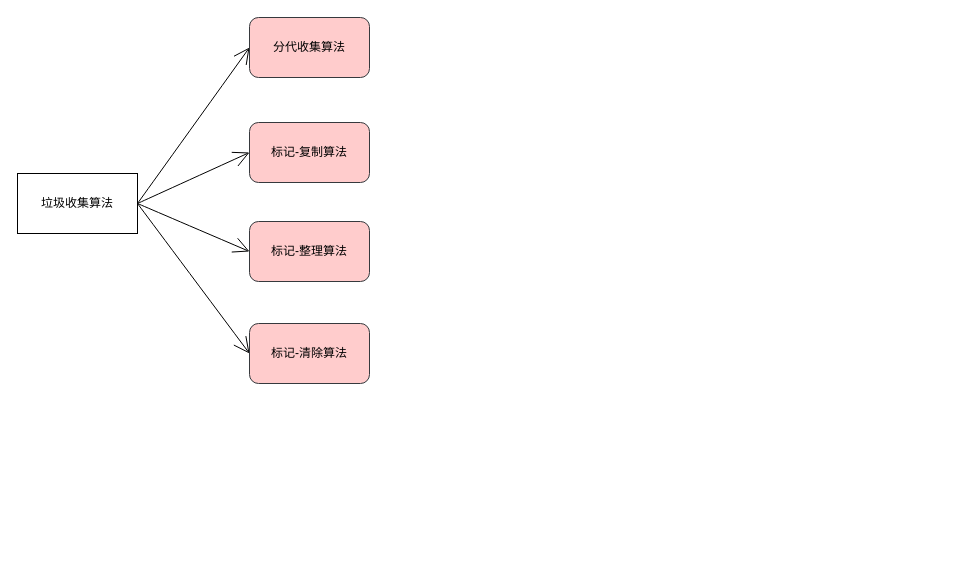
Above: learn/JVM垃圾收集算法.drawio in Leo-Lee-j/sketch (draw.io), before the change. Source tidied: cells renumbered, new cells numbered last; positions are measured from the earlier drawing's top-left corner, leaving out a move shared by most shapes. Both pictures are drawn from the tidied source at 100%, with x=0, y=0 at pixel (17, 17).
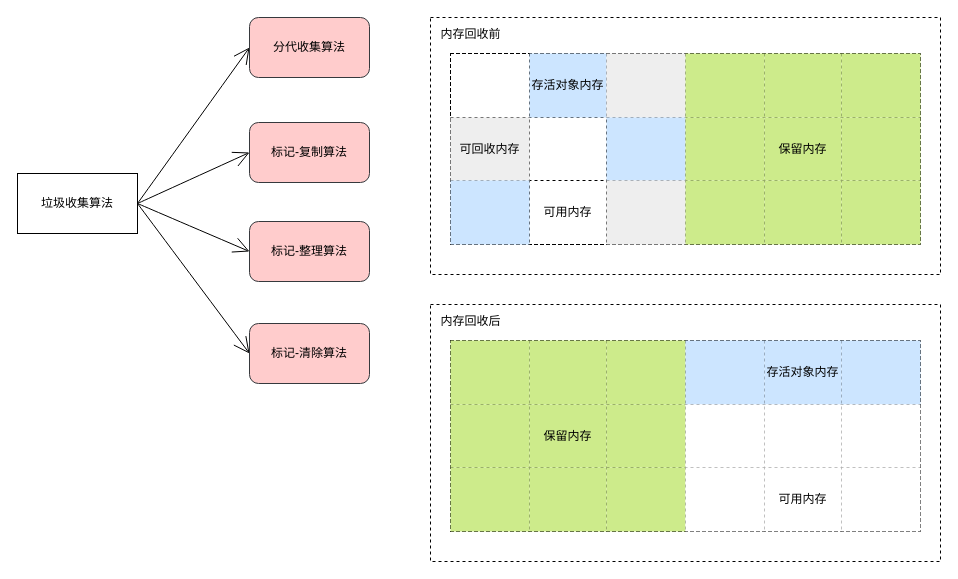
The same page after the edit.

Commit message (it also covers changes not shown here):
更新JVM垃圾收集算法.drawio

Change to the diagram source:
```diff
@@
+    <mxCell id="11" style="rounded=0;whiteSpace=wrap;html=1;hachureGap=4;dashed=1;" parent="1" vertex="1">
+      <mxGeometry x="413" width="510" height="257" as="geometry" />
+    </mxCell>
@@
+    <mxCell id="12" value="内存回收前" style="text;html=1;align=center;verticalAlign=middle;strokeColor=none;fillColor=none;dashed=1;hachureGap=4;" parent="1" vertex="1">
+      <mxGeometry x="413" y="7" width="80" height="20" as="geometry" />
+    </mxCell>
+    <mxCell id="13" style="shape=table;startSize=0;childLayout=tableLayout;dashed=1;hachureGap=4;" parent="1" vertex="1">
+      <mxGeometry x="433" y="36" width="470" height="191" as="geometry" />
+    </mxCell>
+    <mxCell id="14" style="shape=tableRow;horizontal=0;startSize=0;swimlaneHead=0;swimlaneBody=0;top=0;left=0;bottom=0;right=0;fillColor=none;dashed=1;hachureGap=4;" parent="13" vertex="1">
+      <mxGeometry width="470" height="64" as="geometry" />
+    </mxCell>
+    <mxCell id="15" style="shape=partialRectangle;html=1;whiteSpace=wrap;overflow=hidden;fillColor=none;top=0;left=0;bottom=0;right=0;dashed=1;hachureGap=4;" parent="14" vertex="1">
+      <mxGeometry width="79" height="64" as="geometry" />
+    </mxCell>
+    <mxCell id="16" value="存活对象内存" style="shape=partialRectangle;html=1;whiteSpace=wrap;overflow=hidden;fillColor=#cce5ff;top=0;left=0;bottom=0;right=0;dashed=1;hachureGap=4;strokeColor=#36393d;" parent="14" vertex="1">
+      <mxGeometry x="79" width="77" height="64" as="geometry" />
+    </mxCell>
+    <mxCell id="17" style="shape=partialRectangle;html=1;whiteSpace=wrap;overflow=hidden;fillColor=#eeeeee;top=0;left=0;bottom=0;right=0;dashed=1;hachureGap=4;strokeColor=#36393d;" parent="14" vertex="1">
+      <mxGeometry x="156" width="79" height="64" as="geometry" />
+    </mxCell>
+    <mxCell id="18" style="shape=partialRectangle;html=1;whiteSpace=wrap;overflow=hidden;fillColor=#cdeb8b;top=0;left=0;bottom=0;right=0;dashed=1;hachureGap=4;strokeColor=#36393d;" parent="14" vertex="1">
+      <mxGeometry x="235" width="79" height="64" as="geometry" />
+    </mxCell>
+    <mxCell id="19" style="shape=partialRectangle;html=1;whiteSpace=wrap;overflow=hidden;fillColor=#cdeb8b;top=0;left=0;bottom=0;right=0;dashed=1;hachureGap=4;strokeColor=#36393d;" parent="14" vertex="1">
+      <mxGeometry x="314" width="77" height="64" as="geometry" />
+    </mxCell>
+    <mxCell id="20" style="shape=partialRectangle;html=1;whiteSpace=wrap;overflow=hidden;fillColor=#cdeb8b;top=0;left=0;bottom=0;right=0;dashed=1;hachureGap=4;strokeColor=#36393d;" parent="14" vertex="1">
+      <mxGeometry x="391" width="79" height="64" as="geometry" />
+    </mxCell>
+    <mxCell id="21" style="shape=tableRow;horizontal=0;startSize=0;swimlaneHead=0;swimlaneBody=0;top=0;left=0;bottom=0;right=0;fillColor=none;dashed=1;hachureGap=4;" parent="13" vertex="1">
+      <mxGeometry y="64" width="470" height="63" as="geometry" />
+    </mxCell>
+    <mxCell id="22" value="可回收内存" style="shape=partialRectangle;html=1;whiteSpace=wrap;overflow=hidden;fillColor=#eeeeee;top=0;left=0;bottom=0;right=0;dashed=1;hachureGap=4;strokeColor=#36393d;" parent="21" vertex="1">
+      <mxGeometry width="79" height="63" as="geometry" />
+    </mxCell>
+    <mxCell id="23" style="shape=partialRectangle;html=1;whiteSpace=wrap;overflow=hidden;fillColor=none;top=0;left=0;bottom=0;right=0;dashed=1;hachureGap=4;" parent="21" vertex="1">
+      <mxGeometry x="79" width="77" height="63" as="geometry" />
+    </mxCell>
+    <mxCell id="24" style="shape=partialRectangle;html=1;whiteSpace=wrap;overflow=hidden;fillColor=#cce5ff;top=0;left=0;bottom=0;right=0;dashed=1;hachureGap=4;strokeColor=#36393d;" parent="21" vertex="1">
+      <mxGeometry x="156" width="79" height="63" as="geometry" />
+    </mxCell>
+    <mxCell id="25" style="shape=partialRectangle;html=1;whiteSpace=wrap;overflow=hidden;fillColor=#cdeb8b;top=0;left=0;bottom=0;right=0;dashed=1;hachureGap=4;strokeColor=#36393d;" parent="21" vertex="1">
+      <mxGeometry x="235" width="79" height="63" as="geometry" />
+    </mxCell>
+    <mxCell id="26" value="保留内存" style="shape=partialRectangle;html=1;whiteSpace=wrap;overflow=hidden;fillColor=#cdeb8b;top=0;left=0;bottom=0;right=0;dashed=1;hachureGap=4;strokeColor=#36393d;" parent="21" vertex="1">
+      <mxGeometry x="314" width="77" height="63" as="geometry" />
+    </mxCell>
+    <mxCell id="27" style="shape=partialRectangle;html=1;whiteSpace=wrap;overflow=hidden;fillColor=#cdeb8b;top=0;left=0;bottom=0;right=0;dashed=1;hachureGap=4;strokeColor=#36393d;" parent="21" vertex="1">
+      <mxGeometry x="391" width="79" height="63" as="geometry" />
+    </mxCell>
+    <mxCell id="28" style="shape=tableRow;horizontal=0;startSize=0;swimlaneHead=0;swimlaneBody=0;top=0;left=0;bottom=0;right=0;fillColor=none;dashed=1;hachureGap=4;" parent="13" vertex="1">
+      <mxGeometry y="127" width="470" height="64" as="geometry" />
+    </mxCell>
+    <mxCell id="29" style="shape=partialRectangle;html=1;whiteSpace=wrap;overflow=hidden;fillColor=#cce5ff;top=0;left=0;bottom=0;right=0;dashed=1;hachureGap=4;strokeColor=#36393d;" parent="28" vertex="1">
+      <mxGeometry width="79" height="64" as="geometry" />
+    </mxCell>
+    <mxCell id="30" value="可用内存" style="shape=partialRectangle;html=1;whiteSpace=wrap;overflow=hidden;fillColor=none;top=0;left=0;bottom=0;right=0;dashed=1;hachureGap=4;" parent="28" vertex="1">
+      <mxGeometry x="79" width="77" height="64" as="geometry" />
+    </mxCell>
+    <mxCell id="31" style="shape=partialRectangle;html=1;whiteSpace=wrap;overflow=hidden;fillColor=#eeeeee;top=0;left=0;bottom=0;right=0;dashed=1;hachureGap=4;strokeColor=#36393d;" parent="28" vertex="1">
+      <mxGeometry x="156" width="79" height="64" as="geometry" />
+    </mxCell>
+    <mxCell id="32" style="shape=partialRectangle;html=1;whiteSpace=wrap;overflow=hidden;fillColor=#cdeb8b;top=0;left=0;bottom=0;right=0;dashed=1;hachureGap=4;strokeColor=#36393d;" parent="28" vertex="1">
+      <mxGeometry x="235" width="79" height="64" as="geometry" />
+    </mxCell>
+    <mxCell id="33" style="shape=partialRectangle;html=1;whiteSpace=wrap;overflow=hidden;fillColor=#cdeb8b;top=0;left=0;bottom=0;right=0;dashed=1;hachureGap=4;strokeColor=#36393d;" parent="28" vertex="1">
+      <mxGeometry x="314" width="77" height="64" as="geometry" />
+    </mxCell>
+    <mxCell id="34" style="shape=partialRectangle;html=1;whiteSpace=wrap;overflow=hidden;fillColor=#cdeb8b;top=0;left=0;bottom=0;right=0;dashed=1;hachureGap=4;strokeColor=#36393d;" parent="28" vertex="1">
+      <mxGeometry x="391" width="79" height="64" as="geometry" />
+    </mxCell>
+    <mxCell id="35" style="rounded=0;whiteSpace=wrap;html=1;hachureGap=4;dashed=1;" parent="1" vertex="1">
+      <mxGeometry x="413" y="287" width="510" height="257" as="geometry" />
+    </mxCell>
+    <mxCell id="36" value="内存回收后" style="text;html=1;align=center;verticalAlign=middle;strokeColor=none;fillColor=none;dashed=1;hachureGap=4;" parent="1" vertex="1">
+      <mxGeometry x="413" y="294" width="80" height="20" as="geometry" />
+    </mxCell>
+    <mxCell id="37" style="shape=table;startSize=0;childLayout=tableLayout;dashed=1;hachureGap=4;" parent="1" vertex="1">
+      <mxGeometry x="433" y="323" width="470" height="191" as="geometry" />
+    </mxCell>
+    <mxCell id="38" style="shape=tableRow;horizontal=0;startSize=0;swimlaneHead=0;swimlaneBody=0;top=0;left=0;bottom=0;right=0;fillColor=none;dashed=1;hachureGap=4;" parent="37" vertex="1">
+      <mxGeometry width="470" height="64" as="geometry" />
+    </mxCell>
+    <mxCell id="39" style="shape=partialRectangle;html=1;whiteSpace=wrap;overflow=hidden;fillColor=#cdeb8b;top=0;left=0;bottom=0;right=0;dashed=1;hachureGap=4;strokeColor=#36393d;" parent="38" vertex="1">
+      <mxGeometry width="79" height="64" as="geometry" />
+    </mxCell>
+    <mxCell id="40" style="shape=partialRectangle;html=1;whiteSpace=wrap;overflow=hidden;fillColor=#cdeb8b;top=0;left=0;bottom=0;right=0;dashed=1;hachureGap=4;strokeColor=#36393d;" parent="38" vertex="1">
+      <mxGeometry x="79" width="77" height="64" as="geometry" />
+    </mxCell>
+    <mxCell id="41" style="shape=partialRectangle;html=1;whiteSpace=wrap;overflow=hidden;fillColor=#cdeb8b;top=0;left=0;bottom=0;right=0;dashed=1;hachureGap=4;strokeColor=#36393d;" parent="38" vertex="1">
+      <mxGeometry x="156" width="79" height="64" as="geometry" />
+    </mxCell>
+    <mxCell id="42" style="shape=partialRectangle;html=1;whiteSpace=wrap;overflow=hidden;fillColor=#cce5ff;top=0;left=0;bottom=0;right=0;dashed=1;hachureGap=4;strokeColor=#36393d;" parent="38" vertex="1">
+      <mxGeometry x="235" width="79" height="64" as="geometry" />
+    </mxCell>
+    <mxCell id="43" value="&lt;span&gt;存活对象内存&lt;/span&gt;" style="shape=partialRectangle;html=1;whiteSpace=wrap;overflow=hidden;fillColor=#cce5ff;top=0;left=0;bottom=0;right=0;dashed=1;hachureGap=4;strokeColor=#36393d;" parent="38" vertex="1">
+      <mxGeometry x="314" width="77" height="64" as="geometry" />
+    </mxCell>
+    <mxCell id="44" style="shape=partialRectangle;html=1;whiteSpace=wrap;overflow=hidden;fillColor=#cce5ff;top=0;left=0;bottom=0;right=0;dashed=1;hachureGap=4;strokeColor=#36393d;" parent="38" vertex="1">
+      <mxGeometry x="391" width="79" height="64" as="geometry" />
+    </mxCell>
+    <mxCell id="45" style="shape=tableRow;horizontal=0;startSize=0;swimlaneHead=0;swimlaneBody=0;top=0;left=0;bottom=0;right=0;fillColor=none;dashed=1;hachureGap=4;" parent="37" vertex="1">
+      <mxGeometry y="64" width="470" height="63" as="geometry" />
+    </mxCell>
+    <mxCell id="46" style="shape=partialRectangle;html=1;whiteSpace=wrap;overflow=hidden;fillColor=#cdeb8b;top=0;left=0;bottom=0;right=0;dashed=1;hachureGap=4;strokeColor=#36393d;" parent="45" vertex="1">
+      <mxGeometry width="79" height="63" as="geometry" />
+    </mxCell>
+    <mxCell id="47" value="&lt;span&gt;保留内存&lt;/span&gt;" style="shape=partialRectangle;html=1;whiteSpace=wrap;overflow=hidden;fillColor=#cdeb8b;top=0;left=0;bottom=0;right=0;dashed=1;hachureGap=4;strokeColor=#36393d;" parent="45" vertex="1">
+      <mxGeometry x="79" width="77" height="63" as="geometry" />
+    </mxCell>
+    <mxCell id="48" style="shape=partialRectangle;html=1;whiteSpace=wrap;overflow=hidden;fillColor=#cdeb8b;top=0;left=0;bottom=0;right=0;dashed=1;hachureGap=4;strokeColor=#36393d;" parent="45" vertex="1">
+      <mxGeometry x="156" width="79" height="63" as="geometry" />
+    </mxCell>
+    <mxCell id="49" style="shape=partialRectangle;html=1;whiteSpace=wrap;overflow=hidden;top=0;left=0;bottom=0;right=0;dashed=1;hachureGap=4;" parent="45" vertex="1">
+      <mxGeometry x="235" width="79" height="63" as="geometry" />
+    </mxCell>
+    <mxCell id="50" style="shape=partialRectangle;html=1;whiteSpace=wrap;overflow=hidden;top=0;left=0;bottom=0;right=0;dashed=1;hachureGap=4;" parent="45" vertex="1">
+      <mxGeometry x="314" width="77" height="63" as="geometry" />
+    </mxCell>
+    <mxCell id="51" style="shape=partialRectangle;html=1;whiteSpace=wrap;overflow=hidden;top=0;left=0;bottom=0;right=0;dashed=1;hachureGap=4;" parent="45" vertex="1">
+      <mxGeometry x="391" width="79" height="63" as="geometry" />
+    </mxCell>
+    <mxCell id="52" style="shape=tableRow;horizontal=0;startSize=0;swimlaneHead=0;swimlaneBody=0;top=0;left=0;bottom=0;right=0;fillColor=none;dashed=1;hachureGap=4;" parent="37" vertex="1">
+      <mxGeometry y="127" width="470" height="64" as="geometry" />
+    </mxCell>
+    <mxCell id="53" style="shape=partialRectangle;html=1;whiteSpace=wrap;overflow=hidden;fillColor=#cdeb8b;top=0;left=0;bottom=0;right=0;dashed=1;hachureGap=4;strokeColor=#36393d;" parent="52" vertex="1">
+      <mxGeometry width="79" height="64" as="geometry" />
+    </mxCell>
+    <mxCell id="54" style="shape=partialRectangle;html=1;whiteSpace=wrap;overflow=hidden;fillColor=#cdeb8b;top=0;left=0;bottom=0;right=0;dashed=1;hachureGap=4;strokeColor=#36393d;" parent="52" vertex="1">
+      <mxGeometry x="79" width="77" height="64" as="geometry" />
+    </mxCell>
+    <mxCell id="55" style="shape=partialRectangle;html=1;whiteSpace=wrap;overflow=hidden;fillColor=#cdeb8b;top=0;left=0;bottom=0;right=0;dashed=1;hachureGap=4;strokeColor=#36393d;" parent="52" vertex="1">
+      <mxGeometry x="156" width="79" height="64" as="geometry" />
+    </mxCell>
+    <mxCell id="56" style="shape=partialRectangle;html=1;whiteSpace=wrap;overflow=hidden;top=0;left=0;bottom=0;right=0;dashed=1;hachureGap=4;" parent="52" vertex="1">
+      <mxGeometry x="235" width="79" height="64" as="geometry" />
+    </mxCell>
+    <mxCell id="57" value="&lt;span&gt;可用内存&lt;/span&gt;" style="shape=partialRectangle;html=1;whiteSpace=wrap;overflow=hidden;top=0;left=0;bottom=0;right=0;dashed=1;hachureGap=4;" parent="52" vertex="1">
+      <mxGeometry x="314" width="77" height="64" as="geometry" />
+    </mxCell>
+    <mxCell id="58" style="shape=partialRectangle;html=1;whiteSpace=wrap;overflow=hidden;top=0;left=0;bottom=0;right=0;dashed=1;hachureGap=4;" parent="52" vertex="1">
+      <mxGeometry x="391" width="79" height="64" as="geometry" />
+    </mxCell>
```
